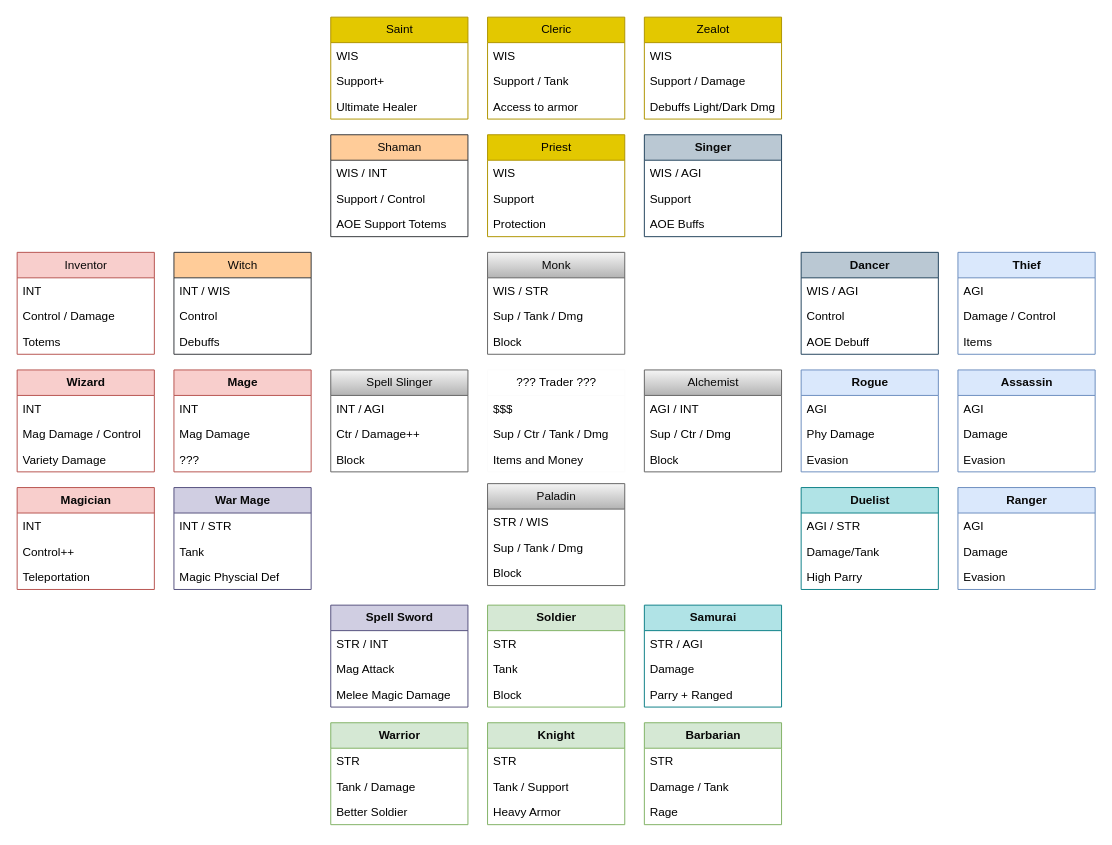
Earlier version of the draw.io diagram page "Page-1" (1 of 5) of notes/Classes.drawio (jhunt10/Pages). Source tidied: cells renumbered, new cells numbered last; positions are measured from the earlier drawing's top-left corner, leaving out a move shared by most shapes. Both pictures are drawn from the tidied source at 98%, with x=0, y=0 at pixel (17, 17).
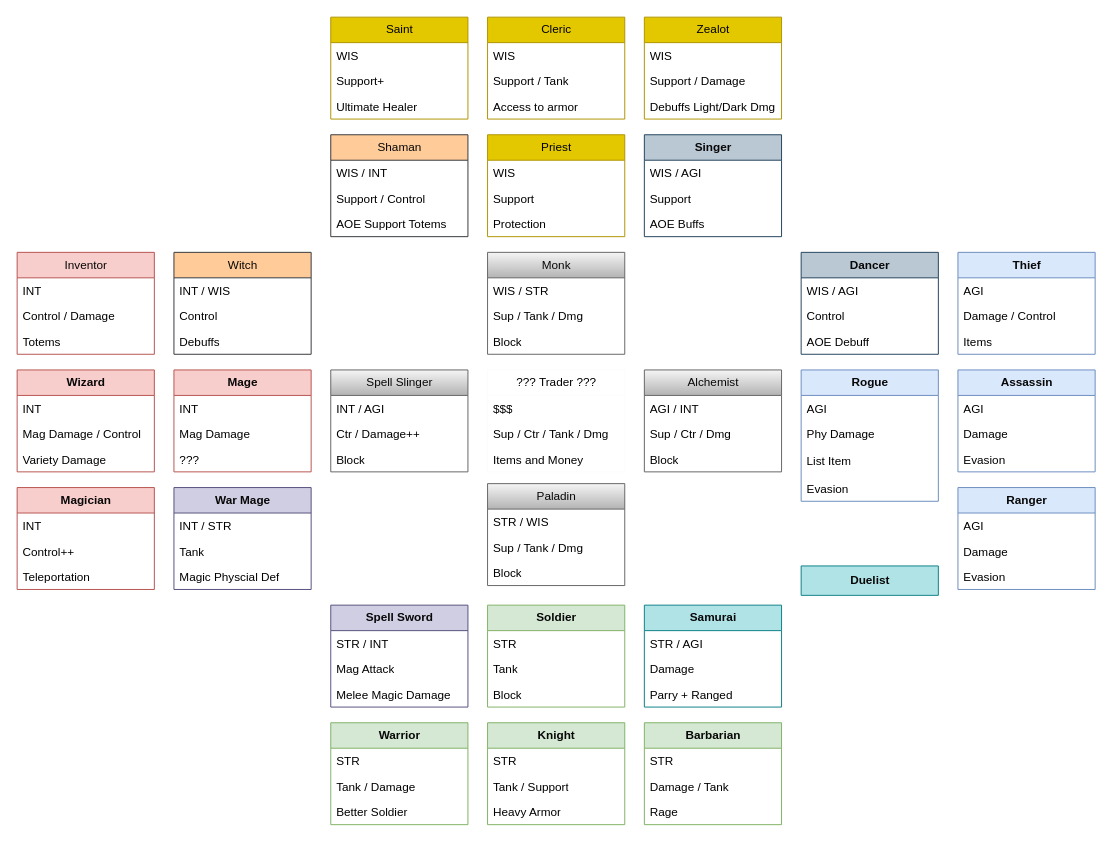
Above is the later version.

Change to the diagram source:
```diff
@@
     <mxCell id="6" value="Rogue" style="swimlane;fontStyle=1;horizontal=1;startSize=26;fillColor=#dae8fc;html=1;strokeColor=#6c8ebf;fontColor=#080808;" parent="1" vertex="1">
-      <mxGeometry x="800" y="360" width="140" height="104" as="geometry" />
+      <mxGeometry x="800" y="360" width="140" height="134" as="geometry" />
     </mxCell>
@@
+    <mxCell id="118" value="List Item" style="text;strokeColor=none;fillColor=none;align=left;verticalAlign=middle;spacingLeft=4;spacingRight=4;overflow=hidden;whiteSpace=wrap;html=1;" parent="6" vertex="1">
+      <mxGeometry y="78" width="140" height="30" as="geometry" />
+    </mxCell>
     <mxCell id="9" value="Evasion" style="text;strokeColor=none;fillColor=none;align=left;verticalAlign=top;spacingLeft=4;spacingRight=4;overflow=hidden;whiteSpace=wrap;html=1;" parent="6" vertex="1">
-      <mxGeometry y="78" width="140" height="26" as="geometry" />
+      <mxGeometry y="108" width="140" height="26" as="geometry" />
     </mxCell>
@@
-    <mxCell id="30" value="Duelist" style="swimlane;fontStyle=1;horizontal=1;startSize=26;fillColor=#b0e3e6;html=1;strokeColor=#0e8088;fontColor=#080808;" parent="1" vertex="1">
-      <mxGeometry x="800" y="480" width="140" height="104" as="geometry" />
+    <mxCell id="30" value="Duelist" style="swimlane;fontStyle=1;horizontal=1;startSize=30;fillColor=#b0e3e6;html=1;strokeColor=#0e8088;fontColor=#080808;" parent="1" vertex="1" collapsed="1">
+      <mxGeometry x="800" y="560" width="140" height="30" as="geometry" />
     </mxCell>
-    <mxCell id="31" value="AGI / STR" style="text;strokeColor=none;fillColor=none;align=left;verticalAlign=top;spacingLeft=4;spacingRight=4;overflow=hidden;whiteSpace=wrap;html=1;" parent="30" vertex="1">
-      <mxGeometry y="26" width="140" height="26" as="geometry" />
-    </mxCell>
-    <mxCell id="32" value="Damage/Tank" style="text;strokeColor=none;fillColor=none;align=left;verticalAlign=top;spacingLeft=4;spacingRight=4;overflow=hidden;whiteSpace=wrap;html=1;" parent="30" vertex="1">
-      <mxGeometry y="52" width="140" height="26" as="geometry" />
-    </mxCell>
-    <mxCell id="33" value="High Parry" style="text;strokeColor=none;fillColor=none;align=left;verticalAlign=top;spacingLeft=4;spacingRight=4;overflow=hidden;whiteSpace=wrap;html=1;" parent="30" vertex="1">
-      <mxGeometry y="78" width="140" height="26" as="geometry" />
-    </mxCell>
```
